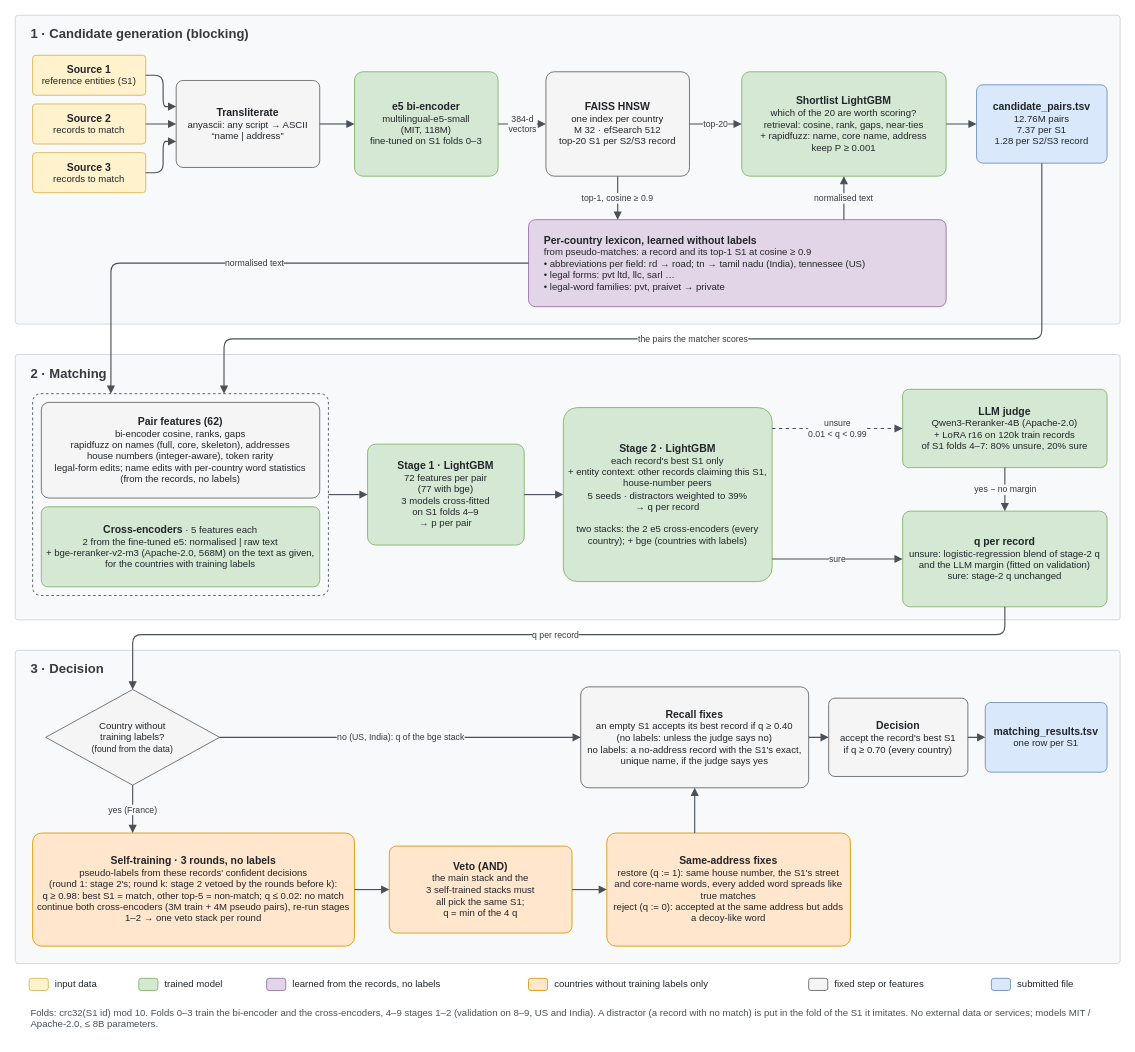
i-sahajmistry/Amazon-ML-Challenge-26 keeps this draw.io diagram as ber/pipeline.drawio. Above is the earlier version. Source tidied: cells renumbered, new cells numbered last; positions are measured from the earlier drawing's top-left corner, leaving out a move shared by most shapes. Both pictures are drawn from the tidied source at 87%, with x=0, y=0 at pixel (15, 15).
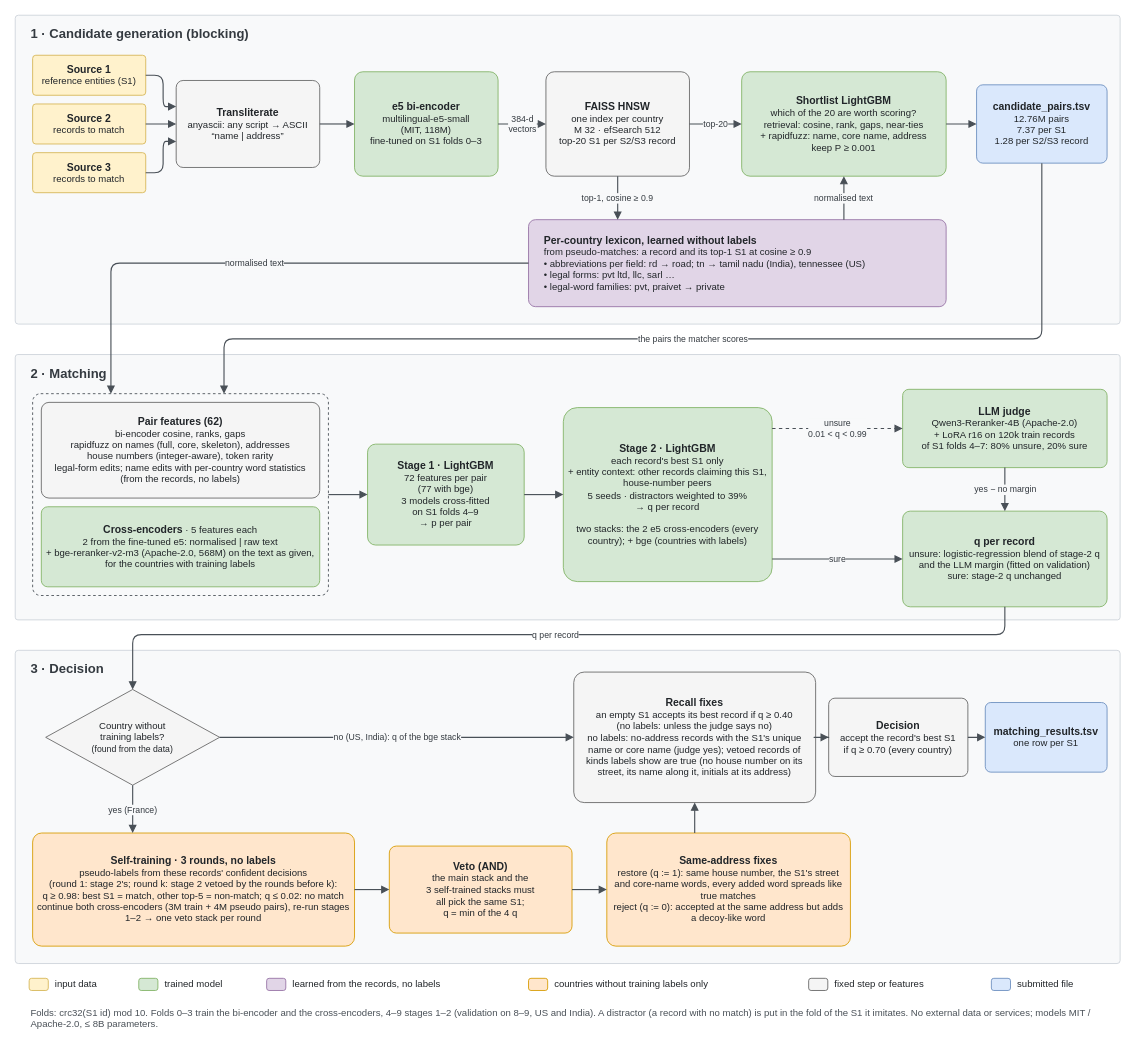
The same page after the edit.

Commit message (it also covers changes not shown here):
C4 (leaderboard 0.99084): France recall lists for vetoed records of kinds labels show are true

Diff of the diagram source:
```diff
@@
-    <mxCell id="42" value="&lt;b&gt;&lt;font style=&quot;font-size:12px&quot;&gt;Recall fixes&lt;/font&gt;&lt;/b&gt;&lt;br&gt;an empty S1 accepts its best record if q ≥ 0.40&lt;br&gt;(no labels: unless the judge says no)&lt;br&gt;no labels: a no-address record with the S1's exact,&lt;br&gt;unique name, if the judge says yes" style="rounded=1;whiteSpace=wrap;html=1;arcSize=8;align=center;verticalAlign=middle;spacing=6;fontFamily=Helvetica;fontSize=11;fontColor=#212529;fillColor=#F5F5F5;strokeColor=#666666;" parent="1" vertex="1">
-      <mxGeometry x="650" y="772" width="262" height="116" as="geometry" />
+    <mxCell id="42" value="&lt;b&gt;&lt;font style=&quot;font-size:12px&quot;&gt;Recall fixes&lt;/font&gt;&lt;/b&gt;&lt;br&gt;an empty S1 accepts its best record if q ≥ 0.40&lt;br&gt;(no labels: unless the judge says no)&lt;br&gt;no labels: no-address records with the S1's unique&lt;br&gt;name or core name (judge yes); vetoed records of&lt;br&gt;kinds labels show are true (no house number on its&lt;br&gt;street, its name along it, initials at its address)" style="rounded=1;whiteSpace=wrap;html=1;arcSize=8;align=center;verticalAlign=middle;spacing=6;fontFamily=Helvetica;fontSize=11;fontColor=#212529;fillColor=#F5F5F5;strokeColor=#666666;" parent="1" vertex="1">
+      <mxGeometry x="642" y="755" width="278" height="150" as="geometry" />
     </mxCell>
```
